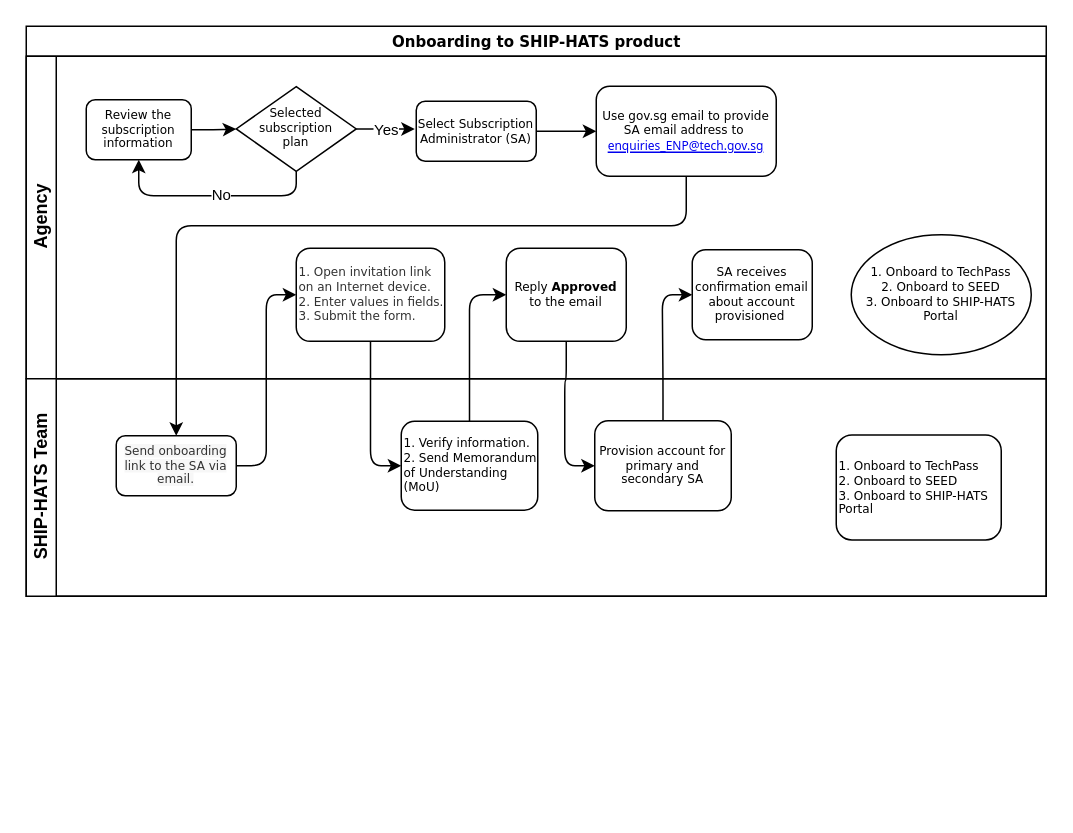
lixinW/ship-hats-docs keeps this draw.io diagram as images/onboarding.drawio. Above is the earlier version. Source tidied: cells renumbered, new cells numbered last; positions are measured from the earlier drawing's top-left corner, leaving out a move shared by most shapes. Both pictures are drawn from the tidied source at 150%, with x=0, y=0 at pixel (26, 26).
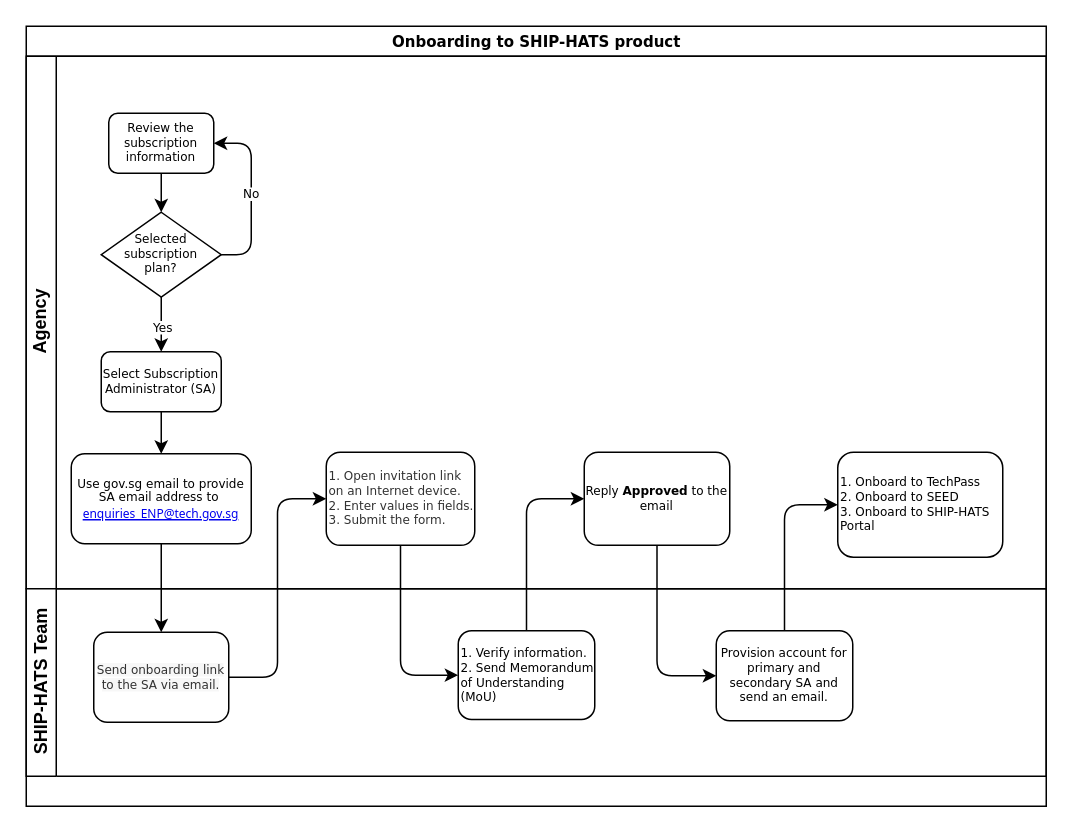
The same page after the edit.

Change to the diagram source:
```diff
@@
     <mxCell id="2" value="&lt;span style=&quot;font-size: 10px;&quot;&gt;Onboarding to SHIP-HATS product&lt;/span&gt;" style="swimlane;html=1;horizontal=1;startSize=20;rounded=0;shadow=0;labelBackgroundColor=none;strokeWidth=1;fontFamily=Verdana;fontSize=8;align=center;" parent="1" vertex="1">
-      <mxGeometry width="680" height="380" as="geometry" />
+      <mxGeometry width="680" height="520" as="geometry" />
     </mxCell>
+    <mxCell id="23" style="edgeStyle=orthogonalEdgeStyle;rounded=1;jettySize=auto;html=1;fontFamily=Verdana;fontSize=8;entryX=0;entryY=0.5;entryDx=0;entryDy=0;exitX=0.5;exitY=0;exitDx=0;exitDy=0;" parent="2" edge="1" source="20" target="21">
+      <mxGeometry relative="1" as="geometry" />
+    </mxCell>
+    <mxCell id="24" style="edgeStyle=orthogonalEdgeStyle;rounded=1;jettySize=auto;html=1;entryX=0;entryY=0.5;entryDx=0;entryDy=0;fontFamily=Verdana;fontSize=8;" parent="2" edge="1" source="18" target="13">
+      <mxGeometry relative="1" as="geometry" />
+    </mxCell>
+    <mxCell id="25" style="edgeStyle=orthogonalEdgeStyle;rounded=1;jettySize=auto;html=1;entryX=0;entryY=0.5;entryDx=0;entryDy=0;fontFamily=Verdana;fontSize=8;" parent="2" edge="1" source="13" target="19">
+      <mxGeometry relative="1" as="geometry" />
+    </mxCell>
+    <mxCell id="26" style="edgeStyle=orthogonalEdgeStyle;rounded=1;jettySize=auto;html=1;entryX=0;entryY=0.5;entryDx=0;entryDy=0;fontFamily=Verdana;fontSize=8;exitX=0.5;exitY=0;exitDx=0;exitDy=0;" parent="2" edge="1" source="19" target="14">
+      <mxGeometry relative="1" as="geometry" />
+    </mxCell>
+    <mxCell id="27" style="edgeStyle=orthogonalEdgeStyle;rounded=1;jettySize=auto;html=1;entryX=0;entryY=0.5;entryDx=0;entryDy=0;fontFamily=Verdana;fontSize=8;exitX=0.5;exitY=1;exitDx=0;exitDy=0;" parent="2" edge="1" source="14" target="20">
+      <mxGeometry relative="1" as="geometry" />
+    </mxCell>
+    <mxCell id="22" style="edgeStyle=orthogonalEdgeStyle;rounded=1;jettySize=auto;html=1;fontFamily=Verdana;fontSize=8;" parent="2" edge="1" source="6" target="18">
+      <mxGeometry relative="1" as="geometry" />
+    </mxCell>
     <mxCell id="3" value="Agency" style="swimlane;html=1;startSize=20;horizontal=0;" parent="2" vertex="1">
-      <mxGeometry y="20" width="680" height="215" as="geometry" />
+      <mxGeometry y="20" width="680" height="355" as="geometry" />
     </mxCell>
@@
     <mxCell id="5" value="Review the subscription information" style="rounded=1;whiteSpace=wrap;html=1;shadow=0;labelBackgroundColor=none;strokeWidth=1;fontFamily=Verdana;fontSize=8;align=center;" parent="3" vertex="1">
-      <mxGeometry x="40" y="29" width="70" height="40" as="geometry" />
+      <mxGeometry x="55" y="38" width="70" height="40" as="geometry" />
     </mxCell>
     <mxCell id="6" value="Use gov.sg email to provide SA email address to&amp;nbsp;&lt;br&gt;&lt;font style=&quot;font-size: 8px;&quot;&gt;&lt;a style=&quot;box-sizing: inherit; -webkit-tap-highlight-color: rgba(0, 0, 0, 0); text-size-adjust: none; text-decoration-color: var(--link-text-decoration-color); text-decoration-skip-ink: auto; cursor: pointer; border-bottom: var(--link-border-bottom); font-family: &amp;quot;Source Sans Pro&amp;quot;, &amp;quot;system-ui&amp;quot;, -apple-system, &amp;quot;Segoe UI&amp;quot;, &amp;quot;Helvetica Neue&amp;quot;, Helvetica, Arial, sans-serif; text-align: left; background-color: rgb(255, 255, 255);&quot; href=&quot;mailto:enquiries_ENP@tech.gov.sg&quot;&gt;enquiries_ENP@tech.gov.sg&lt;/a&gt;&lt;br&gt;&lt;/font&gt;" style="rounded=1;whiteSpace=wrap;html=1;shadow=0;labelBackgroundColor=none;strokeWidth=1;fontFamily=Verdana;fontSize=8;align=center;" parent="3" vertex="1">
-      <mxGeometry x="380" y="20" width="120" height="60" as="geometry" />
+      <mxGeometry x="30" y="265" width="120" height="60" as="geometry" />
     </mxCell>
-    <mxCell id="7" style="edgeStyle=orthogonalEdgeStyle;rounded=1;jettySize=auto;html=1;fontSize=10;entryX=0.5;entryY=1;entryDx=0;entryDy=0;exitX=0.5;exitY=1;exitDx=0;exitDy=0;exitPerimeter=0;" parent="3" edge="1" source="10" target="5">
-      <mxGeometry relative="1" as="geometry">
-        <Array as="points">
-          <mxPoint x="180" y="93" />
-          <mxPoint x="75" y="93" />
-        </Array>
-      </mxGeometry>
-    </mxCell>
+    <mxCell id="28" style="edgeStyle=orthogonalEdgeStyle;rounded=1;jettySize=auto;html=1;fontFamily=Verdana;fontSize=8;" parent="3" edge="1" source="10" target="12">
+      <mxGeometry relative="1" as="geometry" />
+    </mxCell>
+    <mxCell id="9" value="Yes" style="edgeLabel;html=1;align=center;verticalAlign=middle;fontSize=8;fontFamily=Verdana;" parent="28" vertex="1">
+      <mxGeometry x="0.23" relative="1" as="geometry" />
+    </mxCell>
-    <mxCell id="8" value="No" style="edgeLabel;html=1;align=center;verticalAlign=middle;fontSize=10;" parent="7" vertex="1">
-      <mxGeometry x="-0.2" relative="1" as="geometry">
-        <mxPoint x="-9" y="-2" as="offset" />
-      </mxGeometry>
+    <mxCell id="8" value="No" style="edgeStyle=orthogonalEdgeStyle;rounded=1;jettySize=auto;html=1;entryX=1;entryY=0.5;entryDx=0;entryDy=0;fontFamily=Verdana;fontSize=8;exitX=1;exitY=0.5;exitDx=0;exitDy=0;exitPerimeter=0;" parent="3" edge="1" source="10" target="5">
+      <mxGeometry relative="1" as="geometry" />
     </mxCell>
-    <mxCell id="9" value="Yes" style="edgeStyle=orthogonalEdgeStyle;rounded=1;jettySize=auto;html=1;fontSize=10;" parent="3" edge="1" source="10">
-      <mxGeometry relative="1" as="geometry">
-        <mxPoint x="259" y="48.5" as="targetPoint" />
-      </mxGeometry>
-    </mxCell>
-    <mxCell id="10" value="Selected subscription &lt;br&gt;plan" style="strokeWidth=1;html=1;shape=mxgraph.flowchart.decision;whiteSpace=wrap;rounded=1;shadow=0;labelBackgroundColor=none;fontFamily=Verdana;fontSize=8;align=center;" parent="3" vertex="1">
-      <mxGeometry x="140" y="20.2" width="80" height="56.5" as="geometry" />
+    <mxCell id="10" value="Selected subscription &lt;br&gt;plan?" style="strokeWidth=1;html=1;shape=mxgraph.flowchart.decision;whiteSpace=wrap;rounded=1;shadow=0;labelBackgroundColor=none;fontFamily=Verdana;fontSize=8;align=center;" parent="3" vertex="1">
+      <mxGeometry x="50" y="104" width="80" height="56.5" as="geometry" />
     </mxCell>
@@
     <mxCell id="12" value="Select Subscription&lt;br&gt;Administrator (SA)" style="rounded=1;whiteSpace=wrap;html=1;fontFamily=Verdana;fontSize=8;" parent="3" vertex="1">
-      <mxGeometry x="260" y="30" width="80" height="40" as="geometry" />
+      <mxGeometry x="50" y="197" width="80" height="40" as="geometry" />
     </mxCell>
     <mxCell id="13" value="&lt;span style=&quot;color: rgb(50, 50, 50); background-color: rgb(255, 255, 255);&quot;&gt;&lt;font style=&quot;font-size: 8px;&quot;&gt;1. Open invitation link on an Internet device.&lt;br&gt;2. Enter values in fields.&lt;br&gt;3.&amp;nbsp;Submit the form.&lt;/font&gt;&lt;/span&gt;" style="rounded=1;whiteSpace=wrap;html=1;fontFamily=Verdana;fontSize=8;align=left;" parent="3" vertex="1">
-      <mxGeometry x="180" y="128" width="99" height="62" as="geometry" />
+      <mxGeometry x="200" y="264" width="99" height="62" as="geometry" />
     </mxCell>
     <mxCell id="14" value="Reply &lt;b&gt;Approved&lt;/b&gt; to the email" style="rounded=1;whiteSpace=wrap;html=1;fontFamily=Verdana;fontSize=8;" parent="3" vertex="1">
-      <mxGeometry x="320" y="128" width="80" height="62" as="geometry" />
+      <mxGeometry x="372" y="264" width="97" height="62" as="geometry" />
     </mxCell>
-    <mxCell id="15" value="SA receives confirmation email about account provisioned&amp;nbsp;" style="rounded=1;whiteSpace=wrap;html=1;fontFamily=Verdana;fontSize=8;" parent="3" vertex="1">
-      <mxGeometry x="444" y="129" width="80" height="60" as="geometry" />
-    </mxCell>
-    <mxCell id="16" value="&lt;div style=&quot;&quot;&gt;&lt;span style=&quot;background-color: initial;&quot;&gt;1. Onboard to TechPass&lt;/span&gt;&lt;/div&gt;&lt;span style=&quot;&quot;&gt;&lt;div style=&quot;&quot;&gt;&lt;span style=&quot;background-color: initial;&quot;&gt;2. Onboard to SEED&lt;/span&gt;&lt;/div&gt;&lt;/span&gt;&lt;span style=&quot;&quot;&gt;&lt;div style=&quot;&quot;&gt;&lt;span style=&quot;background-color: initial;&quot;&gt;3. Onboard to SHIP-HATS Portal&lt;/span&gt;&lt;/div&gt;&lt;/span&gt;" style="ellipse;whiteSpace=wrap;html=1;fontFamily=Verdana;fontSize=8;align=center;" parent="3" vertex="1">
-      <mxGeometry x="550" y="119" width="120" height="80" as="geometry" />
-    </mxCell>
+    <mxCell id="21" value="&lt;div style=&quot;&quot;&gt;&lt;/div&gt;1. Onboard to TechPass&lt;br&gt;2. Onboard to SEED&lt;br&gt;3. Onboard to SHIP-HATS Portal" style="rounded=1;whiteSpace=wrap;html=1;fontFamily=Verdana;fontSize=8;align=left;" parent="3" vertex="1">
+      <mxGeometry x="541" y="264" width="110" height="70" as="geometry" />
+    </mxCell>
     <mxCell id="17" value="SHIP-HATS Team" style="swimlane;html=1;startSize=20;horizontal=0;" parent="2" vertex="1">
-      <mxGeometry y="235" width="680" height="145" as="geometry" />
+      <mxGeometry y="375" width="680" height="125" as="geometry" />
     </mxCell>
     <mxCell id="18" value="&lt;span style=&quot;color: rgb(50, 50, 50); text-align: left; background-color: rgb(247, 247, 247);&quot;&gt;&lt;font style=&quot;font-size: 8px;&quot;&gt;Send onboarding link to the SA via email.&lt;/font&gt;&lt;/span&gt;" style="rounded=1;whiteSpace=wrap;html=1;fontFamily=Verdana;fontSize=8;" parent="17" vertex="1">
-      <mxGeometry x="60" y="38" width="80" height="40" as="geometry" />
+      <mxGeometry x="45" y="29" width="90" height="60" as="geometry" />
     </mxCell>
     <mxCell id="19" value="1. Verify information.&lt;br&gt;2. Send Memorandum of Understanding (MoU)" style="rounded=1;whiteSpace=wrap;html=1;fontSize=8;fontFamily=Verdana;align=left;" parent="17" vertex="1">
-      <mxGeometry x="250" y="28.4" width="91" height="59.2" as="geometry" />
+      <mxGeometry x="288" y="28" width="91" height="59.2" as="geometry" />
     </mxCell>
-    <mxCell id="20" value="Provision account for primary and secondary SA" style="rounded=1;whiteSpace=wrap;html=1;fontFamily=Verdana;fontSize=8;" parent="17" vertex="1">
-      <mxGeometry x="379" y="28" width="91" height="60" as="geometry" />
+    <mxCell id="20" value="Provision account for primary and secondary SA and send an email." style="rounded=1;whiteSpace=wrap;html=1;fontFamily=Verdana;fontSize=8;" parent="17" vertex="1">
+      <mxGeometry x="460" y="28" width="91" height="60" as="geometry" />
     </mxCell>
-    <mxCell id="21" value="&lt;div style=&quot;&quot;&gt;&lt;/div&gt;1. Onboard to TechPass&lt;br&gt;2. Onboard to SEED&lt;br&gt;3. Onboard to SHIP-HATS Portal" style="rounded=1;whiteSpace=wrap;html=1;fontFamily=Verdana;fontSize=8;align=left;" parent="17" vertex="1">
-      <mxGeometry x="540" y="37.5" width="110" height="70" as="geometry" />
-    </mxCell>
-    <mxCell id="22" style="edgeStyle=orthogonalEdgeStyle;rounded=1;jettySize=auto;html=1;entryX=0.5;entryY=0;entryDx=0;entryDy=0;fontFamily=Verdana;fontSize=8;exitX=0.5;exitY=1;exitDx=0;exitDy=0;" parent="2" edge="1" source="6" target="18">
-      <mxGeometry relative="1" as="geometry">
-        <Array as="points">
-          <mxPoint x="440" y="133" />
-          <mxPoint x="100" y="133" />
-        </Array>
-      </mxGeometry>
-    </mxCell>
-    <mxCell id="23" style="edgeStyle=orthogonalEdgeStyle;rounded=1;jettySize=auto;html=1;fontFamily=Verdana;fontSize=8;entryX=0;entryY=0.5;entryDx=0;entryDy=0;" parent="2" edge="1" source="20" target="15">
-      <mxGeometry relative="1" as="geometry" />
-    </mxCell>
-    <mxCell id="24" style="edgeStyle=orthogonalEdgeStyle;rounded=1;jettySize=auto;html=1;entryX=0;entryY=0.5;entryDx=0;entryDy=0;fontFamily=Verdana;fontSize=8;" parent="2" edge="1" source="18" target="13">
-      <mxGeometry relative="1" as="geometry" />
-    </mxCell>
-    <mxCell id="25" style="edgeStyle=orthogonalEdgeStyle;rounded=1;jettySize=auto;html=1;entryX=0;entryY=0.5;entryDx=0;entryDy=0;fontFamily=Verdana;fontSize=8;" parent="2" edge="1" source="13" target="19">
-      <mxGeometry relative="1" as="geometry" />
-    </mxCell>
-    <mxCell id="26" style="edgeStyle=orthogonalEdgeStyle;rounded=1;jettySize=auto;html=1;entryX=0;entryY=0.5;entryDx=0;entryDy=0;fontFamily=Verdana;fontSize=8;" parent="2" edge="1" source="19" target="14">
-      <mxGeometry relative="1" as="geometry" />
-    </mxCell>
-    <mxCell id="27" style="edgeStyle=orthogonalEdgeStyle;rounded=1;jettySize=auto;html=1;entryX=0;entryY=0.5;entryDx=0;entryDy=0;fontFamily=Verdana;fontSize=8;exitX=0.5;exitY=1;exitDx=0;exitDy=0;" parent="2" edge="1" source="14" target="20">
-      <mxGeometry relative="1" as="geometry" />
-    </mxCell>
```
